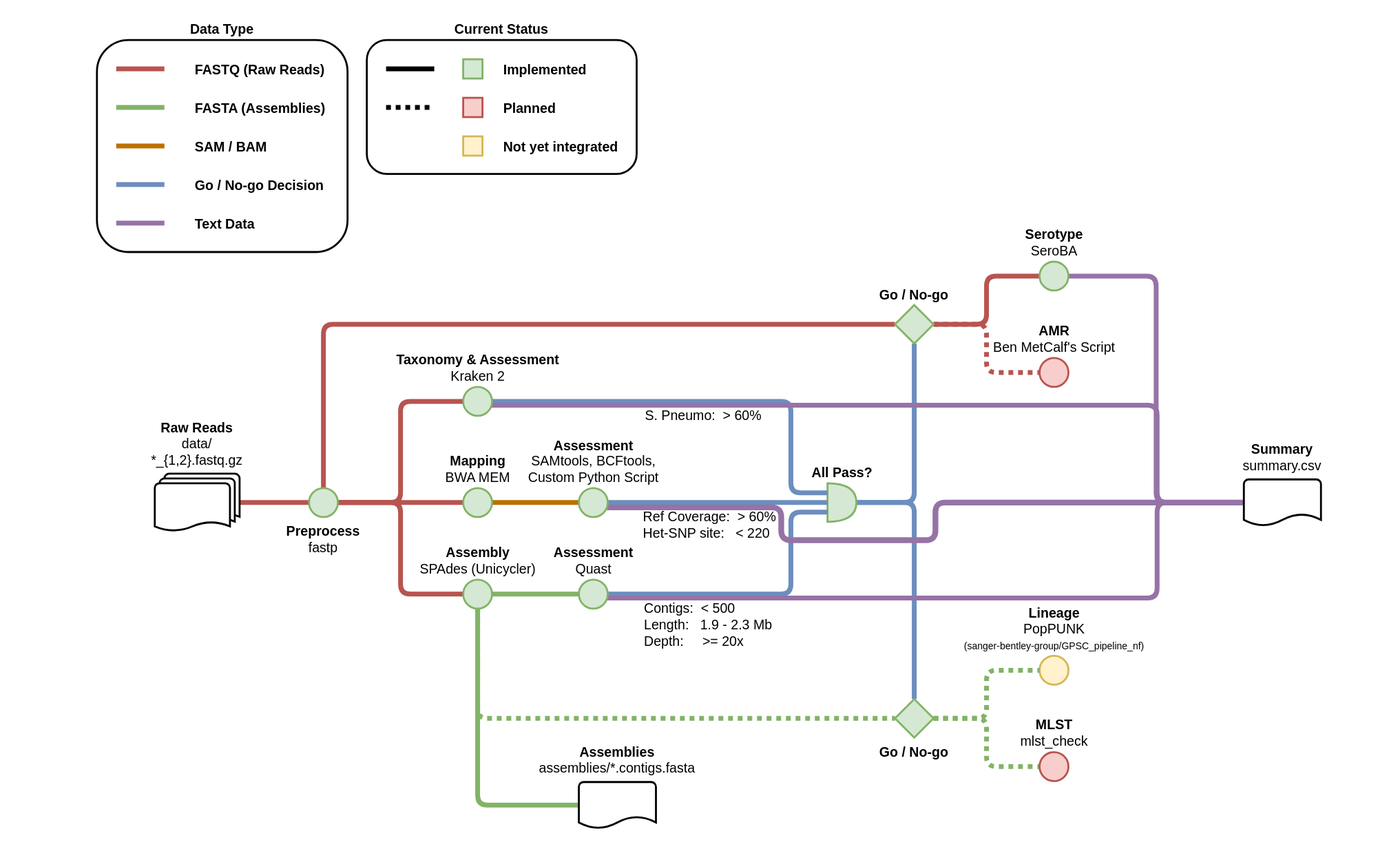
Above: doc/workflow.drawio.svg in sanger-bentley-group/gps-pipeline (draw.io), before the change. Source tidied: cells renumbered, new cells last; positions are measured from the earlier drawing's top-left corner, leaving out a move shared by most shapes.
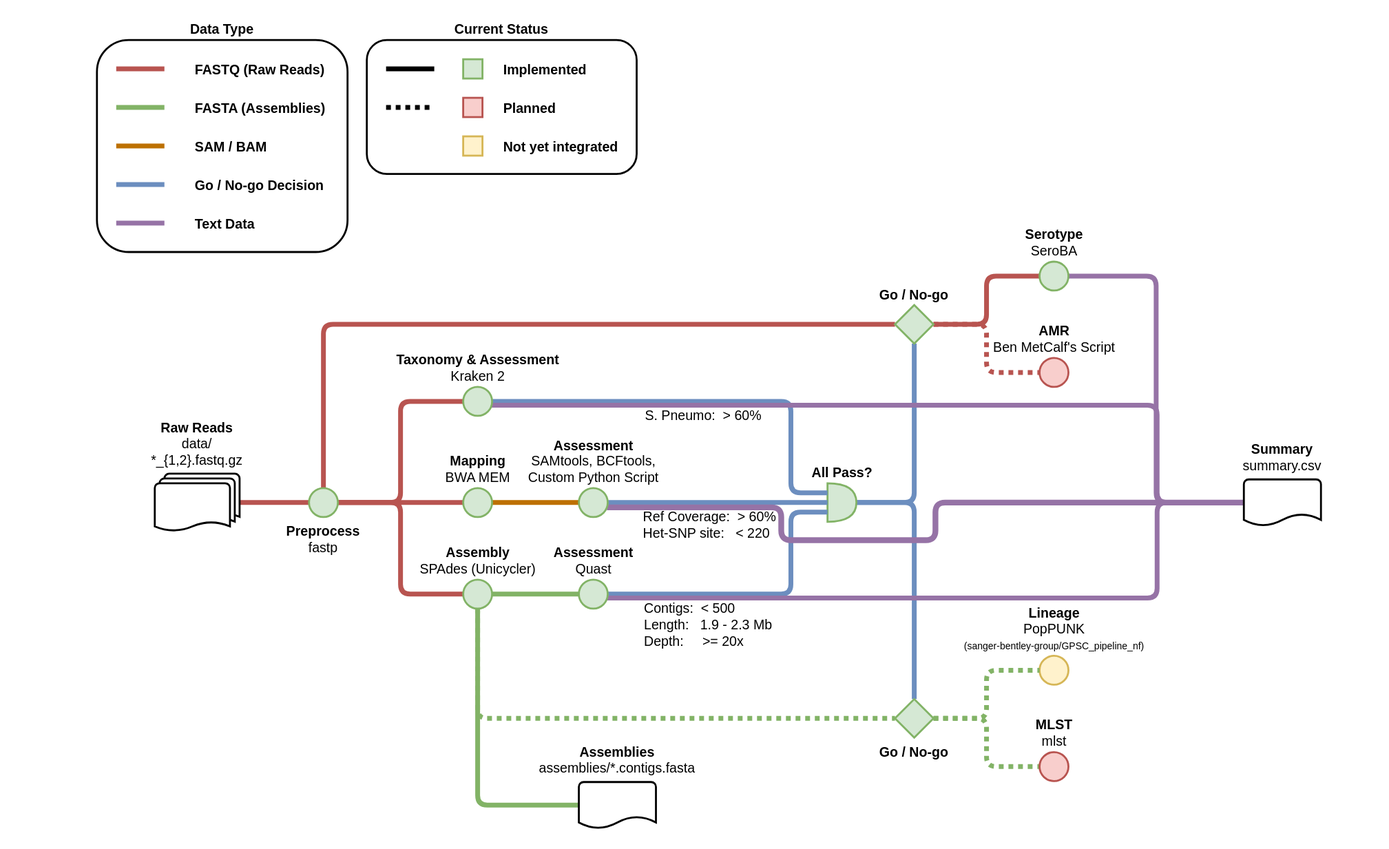
The same diagram one commit later.

Commit message:
Change from mlst_check to mlst

The edit, as a diff of the source:
```diff
@@ -267,7 +267,7 @@
     <mxCell id="62" style="whiteSpace=wrap;html=1;fillColor=#fff2cc;strokeColor=#d6b656;strokeWidth=2;" parent="1" vertex="1">
       <mxGeometry x="480" y="141" width="20" height="20" as="geometry" />
     </mxCell>
-    <mxCell id="63" value="&lt;b style=&quot;font-size: 14px&quot;&gt;MLST&lt;/b&gt;&lt;br style=&quot;font-size: 14px&quot;&gt;mlst_check" style="ellipse;html=1;strokeWidth=2;labelPosition=center;verticalLabelPosition=top;align=center;verticalAlign=bottom;fillColor=#f8cecc;strokeColor=#b85450;rounded=1;fontSize=14;" parent="1" vertex="1">
+    <mxCell id="63" value="&lt;b style=&quot;font-size: 14px&quot;&gt;MLST&lt;/b&gt;&lt;br style=&quot;font-size: 14px&quot;&gt;mlst" style="ellipse;html=1;strokeWidth=2;labelPosition=center;verticalLabelPosition=top;align=center;verticalAlign=bottom;fillColor=#f8cecc;strokeColor=#b85450;rounded=1;fontSize=14;" parent="1" vertex="1">
       <mxGeometry x="1078" y="780" width="30" height="30" as="geometry" />
     </mxCell>
   </root>
```
